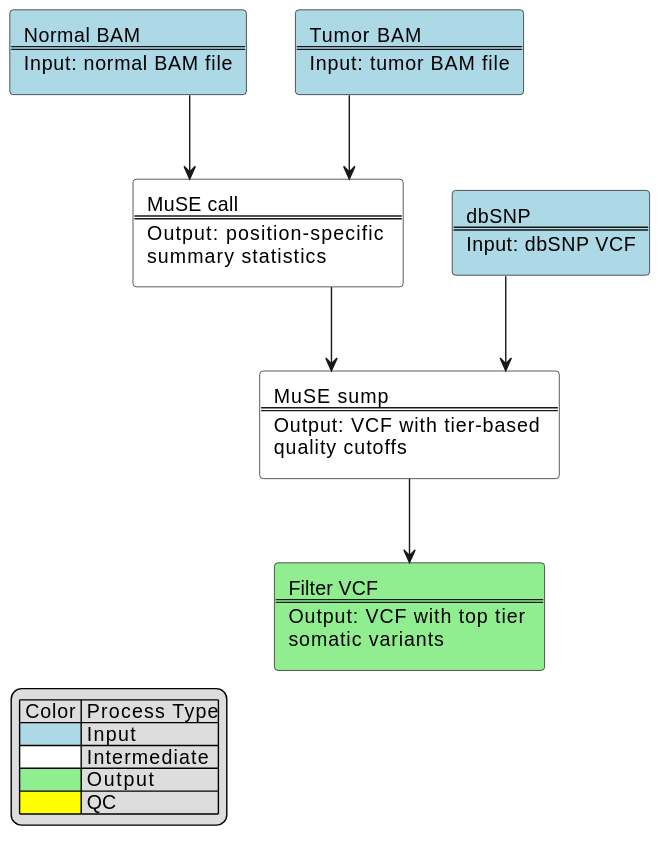
The PlantUML diagram docs/muse_chart.svg in uclahs-cds/pipeline-call-sSNV, before a commit.
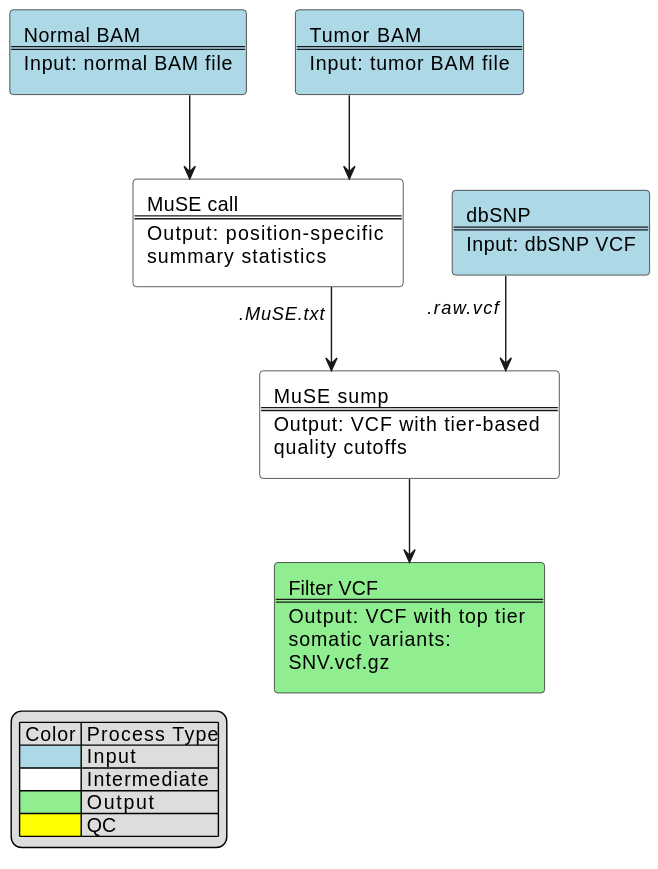
Above is the later version.

The edit, as a diff of the source:
```diff
@@ -15,12 +15,12 @@
 $intermediate_process(muse_call_run, "MuSE call", "Output: position-specific %newline()summary statistics")
 $input_process(dbsnp_file, 'dbSNP', 'Input: dbSNP VCF')
 $intermediate_process(muse_sump_run, "MuSE sump", "Output: VCF with tier-based %newline()quality cutoffs")
-$output_process(filter_vcf, 'Filter VCF', 'Output: VCF with top tier %newline()somatic variants')
+$output_process(filter_vcf, 'Filter VCF', 'Output: VCF with top tier %newline()somatic variants: %newline()SNV.vcf.gz')
 
 tumor_bam -d-> muse_call_run
 normal_bam -d-> muse_call_run
-muse_call_run -d-> muse_sump_run
-dbsnp_file -d-> muse_sump_run
+muse_call_run -d-> muse_sump_run: // .MuSE.txt //
+dbsnp_file -d-> muse_sump_run: // .raw.vcf //
 muse_sump_run -d-> filter_vcf
 
 $add_legend("left")
```
